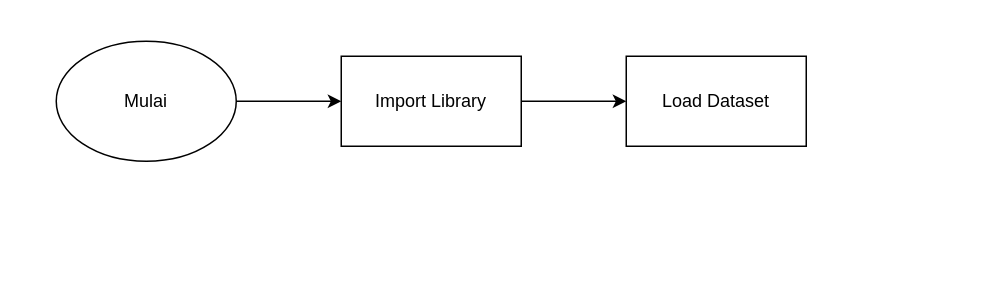
Earlier version of the draw.io diagram ml Diagram.drawio (eraldss1/diagram-signcryption). Source tidied: cells renumbered, new cells numbered last; positions are measured from the earlier drawing's top-left corner, leaving out a move shared by most shapes. Both pictures are drawn from the tidied source at 150%, with x=0, y=0 at pixel (56, 40).
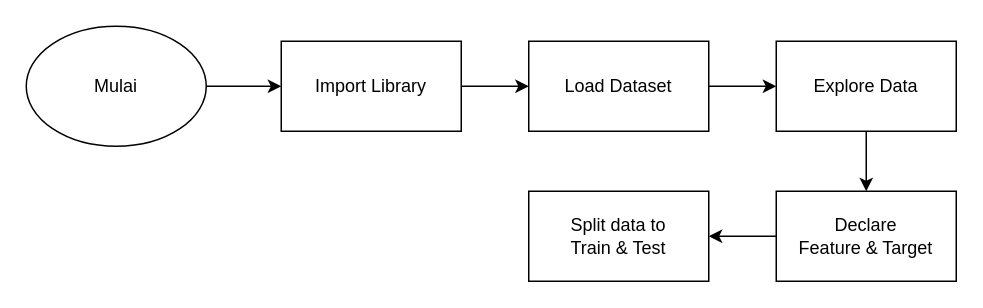
The same diagram, later.

Change to the diagram source:
```diff
@@
 <mxGraphModel>
   <root>
     <mxCell id="0" />
     <mxCell id="1" parent="0" />
     <mxCell id="2" style="edgeStyle=orthogonalEdgeStyle;rounded=0;jettySize=auto;html=1;entryX=0;entryY=0.5;entryDx=0;entryDy=0;" parent="1" edge="1" source="3" target="5">
       <mxGeometry relative="1" as="geometry" />
     </mxCell>
     <mxCell id="3" value="Mulai" style="ellipse;whiteSpace=wrap;html=1;" parent="1" vertex="1">
-      <mxGeometry width="120" height="80" as="geometry" />
+      <mxGeometry x="-20" y="-10" width="120" height="80" as="geometry" />
     </mxCell>
     <mxCell id="4" style="edgeStyle=orthogonalEdgeStyle;rounded=0;jettySize=auto;html=1;entryX=0;entryY=0.5;entryDx=0;entryDy=0;" parent="1" edge="1" source="5" target="6">
       <mxGeometry relative="1" as="geometry" />
     </mxCell>
     <mxCell id="5" value="Import Library" style="whiteSpace=wrap;html=1;" parent="1" vertex="1">
-      <mxGeometry x="190" y="10" width="120" height="60" as="geometry" />
+      <mxGeometry x="150" width="120" height="60" as="geometry" />
     </mxCell>
+    <mxCell id="7" style="edgeStyle=orthogonalEdgeStyle;rounded=0;jettySize=auto;html=1;entryX=0;entryY=0.5;entryDx=0;entryDy=0;" parent="1" edge="1" source="6" target="9">
+      <mxGeometry relative="1" as="geometry" />
+    </mxCell>
     <mxCell id="6" value="Load Dataset" style="whiteSpace=wrap;html=1;" parent="1" vertex="1">
-      <mxGeometry x="380" y="10" width="120" height="60" as="geometry" />
+      <mxGeometry x="315" width="120" height="60" as="geometry" />
     </mxCell>
+    <mxCell id="8" style="edgeStyle=orthogonalEdgeStyle;rounded=0;jettySize=auto;html=1;entryX=0.5;entryY=0;entryDx=0;entryDy=0;" parent="1" edge="1" source="9" target="11">
+      <mxGeometry relative="1" as="geometry" />
+    </mxCell>
+    <mxCell id="9" value="Explore Data" style="whiteSpace=wrap;html=1;" parent="1" vertex="1">
+      <mxGeometry x="480" width="120" height="60" as="geometry" />
+    </mxCell>
+    <mxCell id="10" style="edgeStyle=orthogonalEdgeStyle;rounded=0;jettySize=auto;html=1;entryX=1;entryY=0.5;entryDx=0;entryDy=0;" parent="1" edge="1" source="11" target="12">
+      <mxGeometry relative="1" as="geometry" />
+    </mxCell>
+    <mxCell id="11" value="Declare&lt;br&gt;Feature &amp;amp; Target" style="whiteSpace=wrap;html=1;" parent="1" vertex="1">
+      <mxGeometry x="480" y="100" width="120" height="60" as="geometry" />
+    </mxCell>
+    <mxCell id="12" value="Split data to&lt;br&gt;Train &amp;amp; Test" style="whiteSpace=wrap;html=1;" parent="1" vertex="1">
+      <mxGeometry x="315" y="100" width="120" height="60" as="geometry" />
+    </mxCell>
   </root>
 </mxGraphModel>
```
